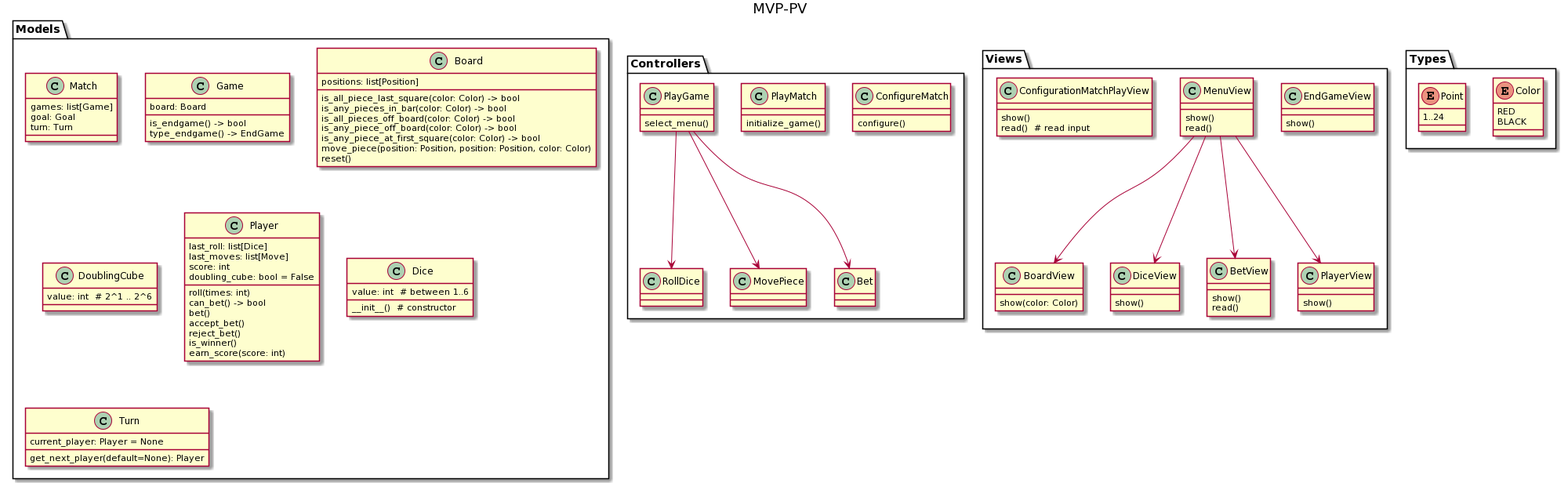
Above: docs/analysis/analysis.png in USantaTecla-game-backgammon/backgammon (PlantUML), before the change.
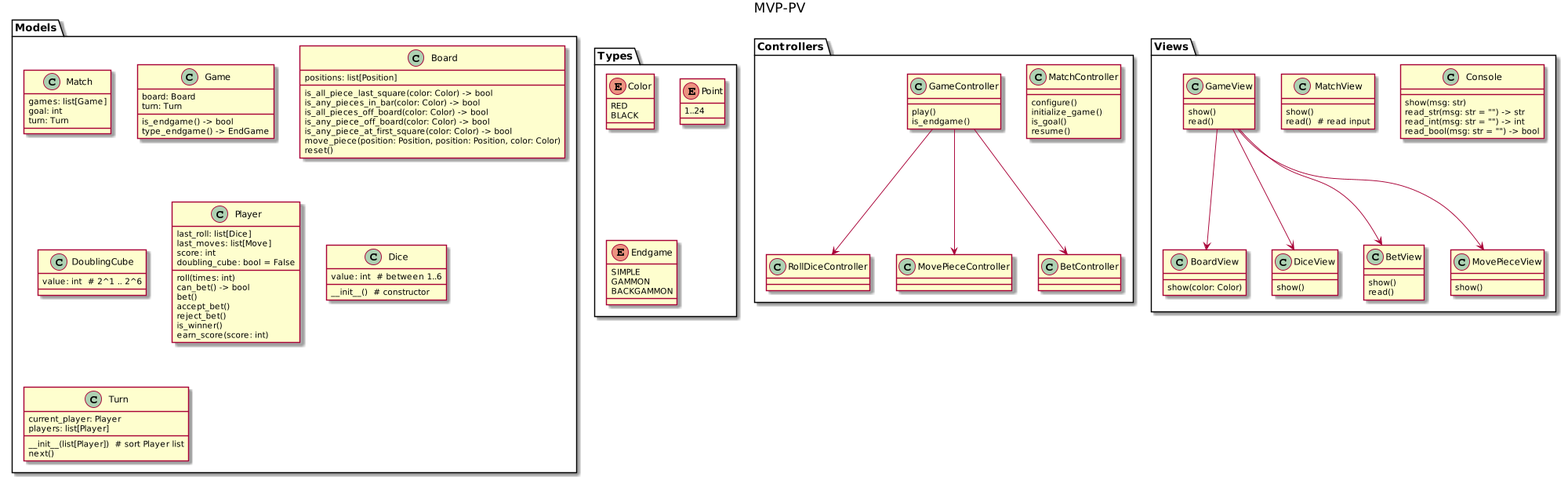
Above is the later version.

What changed in the source:
```diff
@@ -1,15 +1,17 @@
 @startuml
 title MVP-PV
+scale 2000 width
 
 package Models {
     class Match {
         games: list[Game]
-        goal: Goal
+        goal: int
         turn: Turn
 
     }
     class Game {
         board: Board
+        turn: Turn
 
         is_endgame() -> bool
         type_endgame() -> EndGame
@@ -52,43 +54,50 @@
     }
 
     class Turn {
-        current_player: Player = None
-        get_next_player(default=None): Player
+        __init__(list[Player])  # sort Player list
+        current_player: Player
+        players: list[Player]
+
+        next()
     }
+
 }
 
 package Controllers {
-    class ConfigureMatch {
+    class MatchController {
         configure()
+        initialize_game()
+        is_goal()
+        resume()
     }
-    class PlayMatch {
-        initialize_game()
+    class GameController {
+        play()
+        is_endgame()
     }
-    class PlayGame {
-        select_menu()
-    }
-    class RollDice
-    class MovePiece
-    class Bet
+    class RollDiceController
+    class MovePieceController
+    class BetController
 
-    PlayGame --> RollDice
-    PlayGame --> MovePiece
-    PlayGame --> Bet
+    GameController --> RollDiceController
+    GameController --> MovePieceController
+    GameController --> BetController
 }
 
 package Views {
-    class EndGameView {
+    class Console {
+        show(msg: str)
+        read_str(msg: str = "") -> str
+        read_int(msg: str = "") -> int
+        read_bool(msg: str = "") -> bool
+    }
+    class MatchView {
         show()
+        read()  # read input
     }
 
-    class MenuView {
+    class GameView {
         show()
         read()
-    }
-
-    class ConfigurationMatchPlayView {
-        show()
-        read()  # read input
     }
 
     class BoardView {
@@ -104,14 +113,14 @@
         read()
     }
 
-    class PlayerView {
+    class MovePieceView {
         show()
     }
 
-    MenuView --> BoardView
-    MenuView --> PlayerView
-    MenuView --> DiceView
-    MenuView --> BetView
+    GameView --> BoardView
+    GameView --> DiceView
+    GameView --> BetView
+    GameView --> MovePieceView
 }
 
 package Types {
@@ -123,5 +132,11 @@
     enum Point {
         1..24
     }
+
+    enum Endgame {
+        SIMPLE
+        GAMMON
+        BACKGAMMON
+    }
 }
 @enduml
```
